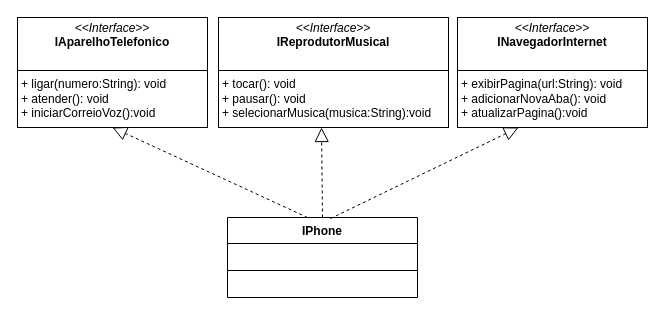
This is projeto-desafio-dio-poo-diagrama.drawio from RicarlosJunior/java-estudos, a draw.io file, before an edit. Source tidied: cells renumbered, new cells numbered last; positions are measured from the earlier drawing's top-left corner, leaving out a move shared by most shapes. Both pictures are drawn from the tidied source at 100%, with x=0, y=0 at pixel (17, 17).
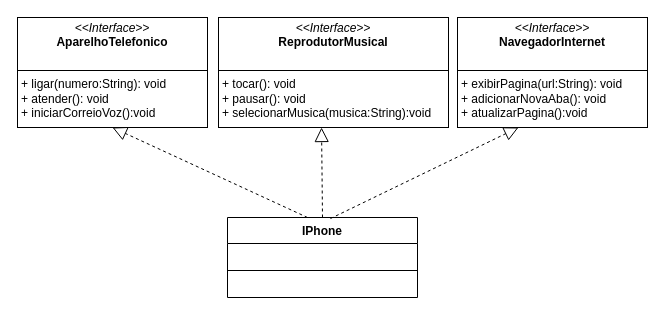
Above is the later version.

Commit message (it also covers changes not shown here):
atualizaçao do projeto

The edit, as a diff of the source:
```diff
@@
 <mxGraphModel>
   <root>
     <mxCell id="0" />
     <mxCell id="1" parent="0" />
-    <mxCell id="2" value="&lt;p style=&quot;margin:0px;margin-top:4px;text-align:center;&quot;&gt;&lt;i&gt;&amp;lt;&amp;lt;Interface&amp;gt;&amp;gt;&lt;/i&gt;&lt;br&gt;&lt;b&gt;IReprodutorMusical&lt;/b&gt;&lt;br&gt;&lt;/p&gt;&lt;p style=&quot;margin:0px;margin-left:4px;&quot;&gt;&lt;br&gt;&lt;/p&gt;&lt;hr size=&quot;1&quot; style=&quot;border-style:solid;&quot;&gt;&lt;p style=&quot;margin:0px;margin-left:4px;&quot;&gt;+ tocar(): void&lt;br&gt;+ pausar(): void&lt;/p&gt;&lt;p style=&quot;margin:0px;margin-left:4px;&quot;&gt;+ selecionarMusica(musica:String&lt;span style=&quot;background-color: initial;&quot;&gt;):void&lt;/span&gt;&lt;/p&gt;" style="verticalAlign=top;align=left;overflow=fill;html=1;whiteSpace=wrap;" parent="1" vertex="1">
+    <mxCell id="2" value="&lt;p style=&quot;margin:0px;margin-top:4px;text-align:center;&quot;&gt;&lt;i&gt;&amp;lt;&amp;lt;Interface&amp;gt;&amp;gt;&lt;/i&gt;&lt;br&gt;&lt;b&gt;ReprodutorMusical&lt;/b&gt;&lt;br&gt;&lt;/p&gt;&lt;p style=&quot;margin:0px;margin-left:4px;&quot;&gt;&lt;br&gt;&lt;/p&gt;&lt;hr size=&quot;1&quot; style=&quot;border-style:solid;&quot;&gt;&lt;p style=&quot;margin:0px;margin-left:4px;&quot;&gt;+ tocar(): void&lt;br&gt;+ pausar(): void&lt;/p&gt;&lt;p style=&quot;margin:0px;margin-left:4px;&quot;&gt;+ selecionarMusica(musica:String&lt;span style=&quot;background-color: initial;&quot;&gt;):void&lt;/span&gt;&lt;/p&gt;" style="verticalAlign=top;align=left;overflow=fill;html=1;whiteSpace=wrap;" parent="1" vertex="1">
       <mxGeometry x="201" width="230" height="110" as="geometry" />
     </mxCell>
-    <mxCell id="3" value="&lt;p style=&quot;margin:0px;margin-top:4px;text-align:center;&quot;&gt;&lt;i&gt;&amp;lt;&amp;lt;Interface&amp;gt;&amp;gt;&lt;/i&gt;&lt;br&gt;&lt;b&gt;IAparelhoTelefonico&lt;/b&gt;&lt;br&gt;&lt;/p&gt;&lt;p style=&quot;margin:0px;margin-left:4px;&quot;&gt;&lt;br&gt;&lt;/p&gt;&lt;hr size=&quot;1&quot; style=&quot;border-style:solid;&quot;&gt;&lt;p style=&quot;margin:0px;margin-left:4px;&quot;&gt;+ ligar(numero:String): void&lt;br&gt;+ atender(): void&lt;/p&gt;&lt;p style=&quot;margin:0px;margin-left:4px;&quot;&gt;+ iniciarCorreioVoz():void&lt;/p&gt;" style="verticalAlign=top;align=left;overflow=fill;html=1;whiteSpace=wrap;" parent="1" vertex="1">
+    <mxCell id="3" value="&lt;p style=&quot;margin:0px;margin-top:4px;text-align:center;&quot;&gt;&lt;i&gt;&amp;lt;&amp;lt;Interface&amp;gt;&amp;gt;&lt;/i&gt;&lt;br&gt;&lt;b&gt;AparelhoTelefonico&lt;/b&gt;&lt;br&gt;&lt;/p&gt;&lt;p style=&quot;margin:0px;margin-left:4px;&quot;&gt;&lt;br&gt;&lt;/p&gt;&lt;hr size=&quot;1&quot; style=&quot;border-style:solid;&quot;&gt;&lt;p style=&quot;margin:0px;margin-left:4px;&quot;&gt;+ ligar(numero:String): void&lt;br&gt;+ atender(): void&lt;/p&gt;&lt;p style=&quot;margin:0px;margin-left:4px;&quot;&gt;+ iniciarCorreioVoz():void&lt;/p&gt;" style="verticalAlign=top;align=left;overflow=fill;html=1;whiteSpace=wrap;" parent="1" vertex="1">
       <mxGeometry width="190" height="110" as="geometry" />
     </mxCell>
-    <mxCell id="4" value="&lt;p style=&quot;margin:0px;margin-top:4px;text-align:center;&quot;&gt;&lt;i&gt;&amp;lt;&amp;lt;Interface&amp;gt;&amp;gt;&lt;/i&gt;&lt;br&gt;&lt;b&gt;INavegadorInternet&lt;/b&gt;&lt;br&gt;&lt;/p&gt;&lt;p style=&quot;margin:0px;margin-left:4px;&quot;&gt;&lt;br&gt;&lt;/p&gt;&lt;hr size=&quot;1&quot; style=&quot;border-style:solid;&quot;&gt;&lt;p style=&quot;margin:0px;margin-left:4px;&quot;&gt;+ exibirPagina(url:String): void&lt;br&gt;+ adicionarNovaAba(): void&lt;/p&gt;&lt;p style=&quot;margin:0px;margin-left:4px;&quot;&gt;+ atualizarPagina():void&lt;/p&gt;" style="verticalAlign=top;align=left;overflow=fill;html=1;whiteSpace=wrap;" parent="1" vertex="1">
+    <mxCell id="4" value="&lt;p style=&quot;margin:0px;margin-top:4px;text-align:center;&quot;&gt;&lt;i&gt;&amp;lt;&amp;lt;Interface&amp;gt;&amp;gt;&lt;/i&gt;&lt;br&gt;&lt;b&gt;NavegadorInternet&lt;/b&gt;&lt;br&gt;&lt;/p&gt;&lt;p style=&quot;margin:0px;margin-left:4px;&quot;&gt;&lt;br&gt;&lt;/p&gt;&lt;hr size=&quot;1&quot; style=&quot;border-style:solid;&quot;&gt;&lt;p style=&quot;margin:0px;margin-left:4px;&quot;&gt;+ exibirPagina(url:String): void&lt;br&gt;+ adicionarNovaAba(): void&lt;/p&gt;&lt;p style=&quot;margin:0px;margin-left:4px;&quot;&gt;+ atualizarPagina():void&lt;/p&gt;" style="verticalAlign=top;align=left;overflow=fill;html=1;whiteSpace=wrap;" parent="1" vertex="1">
       <mxGeometry x="440" width="190" height="110" as="geometry" />
     </mxCell>
     <mxCell id="5" value="IPhone" style="swimlane;fontStyle=1;align=center;verticalAlign=top;horizontal=1;startSize=26;whiteSpace=wrap;html=1;" parent="1" vertex="1">
       <mxGeometry x="210" y="200" width="190" height="80" as="geometry" />
     </mxCell>
     <mxCell id="6" style="line;strokeWidth=1;fillColor=none;align=left;verticalAlign=middle;spacingTop=-1;spacingLeft=3;spacingRight=3;labelPosition=right;strokeColor=inherit;" parent="5" vertex="1">
       <mxGeometry y="26" width="190" height="54" as="geometry" />
     </mxCell>
     <mxCell id="7" style="endArrow=block;dashed=1;endFill=0;endSize=12;html=1;rounded=0;exitX=0.5;exitY=0;exitDx=0;exitDy=0;entryX=0.448;entryY=1;entryDx=0;entryDy=0;entryPerimeter=0;" parent="1" edge="1" source="5" target="2">
       <mxGeometry relative="1" as="geometry" />
     </mxCell>
     <mxCell id="8" style="endArrow=block;dashed=1;endFill=0;endSize=12;html=1;rounded=0;exitX=0.542;exitY=0.013;exitDx=0;exitDy=0;entryX=0.321;entryY=1;entryDx=0;entryDy=0;entryPerimeter=0;exitPerimeter=0;" parent="1" edge="1" source="5" target="4">
       <mxGeometry relative="1" as="geometry" />
     </mxCell>
     <mxCell id="9" style="endArrow=block;dashed=1;endFill=0;endSize=12;html=1;rounded=0;entryX=0.5;entryY=1;entryDx=0;entryDy=0;" parent="1" edge="1" target="3">
       <mxGeometry relative="1" as="geometry">
         <mxPoint x="290" y="200" as="sourcePoint" />
       </mxGeometry>
     </mxCell>
   </root>
 </mxGraphModel>
```
